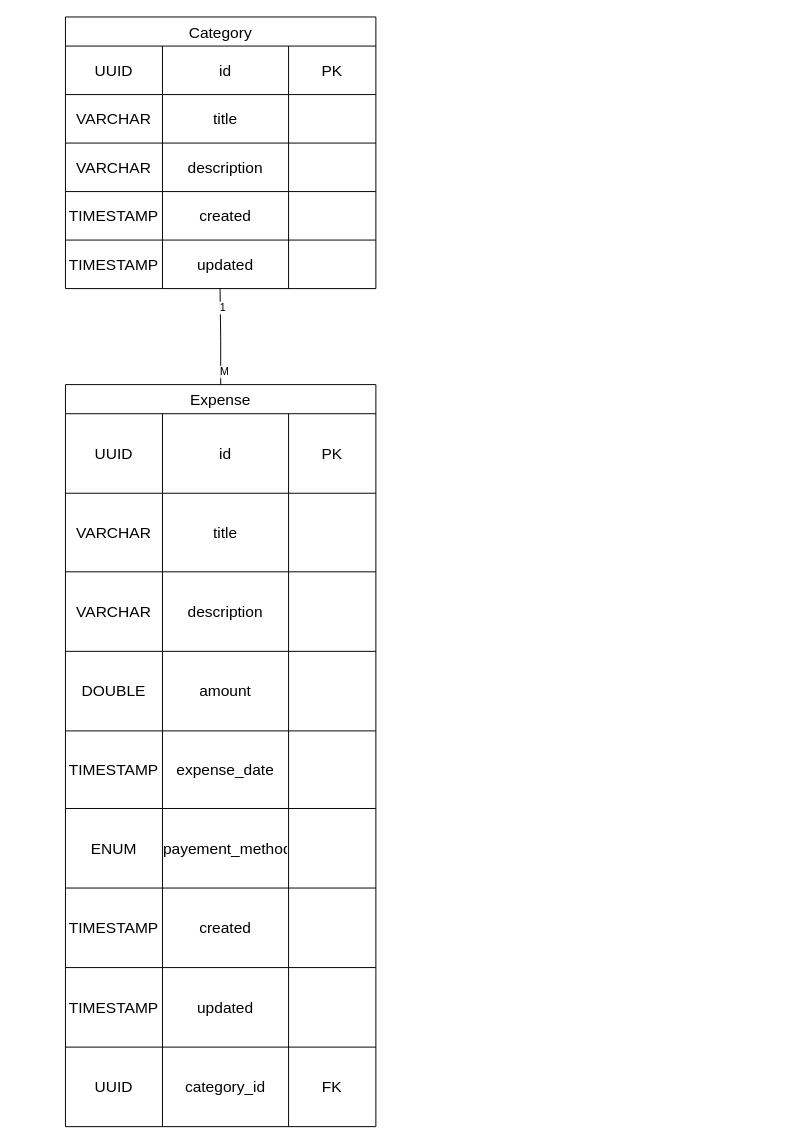
This is Expense Tracker - ERD.drawio from Hirushan-Subasinghe/expense-tracker, a draw.io file, before an edit. Source tidied: cells renumbered, new cells numbered last; positions are measured from the earlier drawing's top-left corner, leaving out a move shared by most shapes. Both pictures are drawn from the tidied source at 97%, with x=0, y=0 at pixel (65, 16).
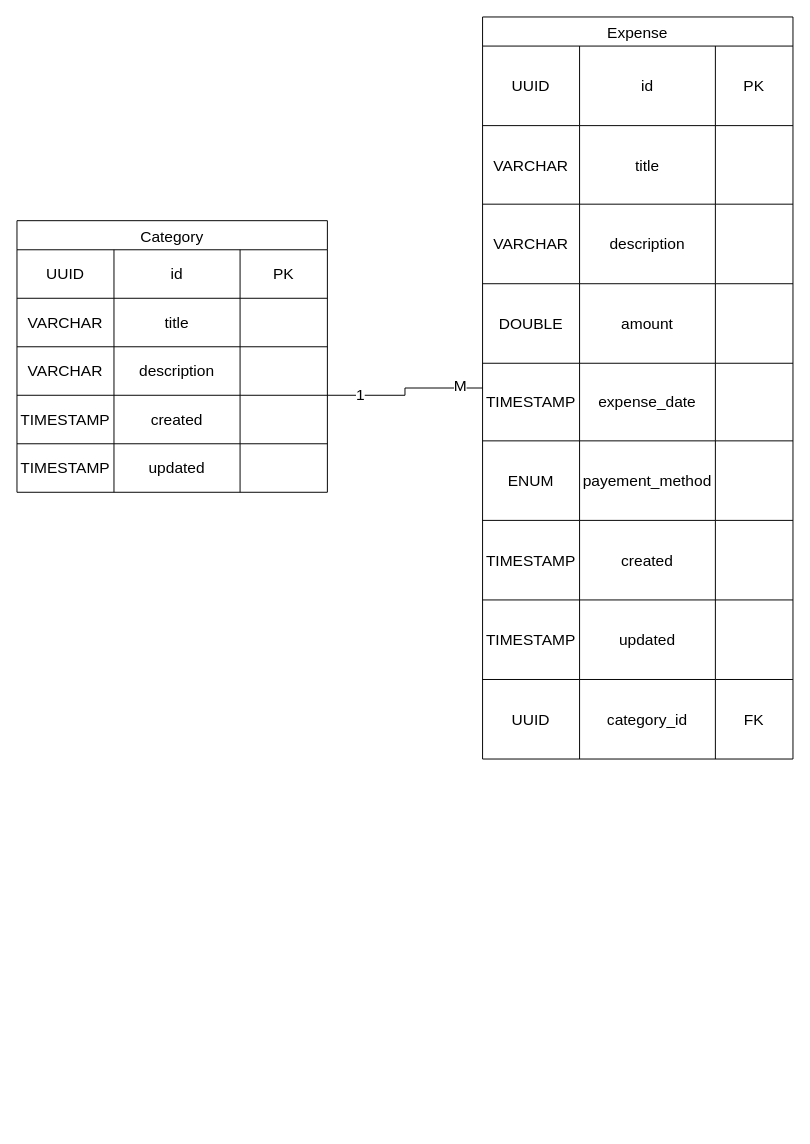
The same page after the edit.

The change refers to these unchanged cells:
```xml
<mxCell id="11" style="shape=tableRow;horizontal=0;startSize=0;swimlaneHead=0;swimlaneBody=0;strokeColor=inherit;top=0;left=0;bottom=0;right=0;fillColor=none;points=[[0,0.5],[1,0.5]];portConstraint=eastwest;fontSize=16;" parent="2" vertex="1">
  <mxGeometry y="130" width="320" height="50" as="geometry" />
</mxCell>
<mxCell id="19" style="shape=tableRow;horizontal=0;startSize=0;swimlaneHead=0;swimlaneBody=0;strokeColor=inherit;top=0;left=0;bottom=0;right=0;fillColor=none;points=[[0,0.5],[1,0.5]];portConstraint=eastwest;fontSize=16;" parent="2" vertex="1">
  <mxGeometry y="230" width="320" height="50" as="geometry" />
</mxCell>
<mxCell id="24" style="shape=tableRow;horizontal=0;startSize=0;swimlaneHead=0;swimlaneBody=0;strokeColor=inherit;top=0;left=0;bottom=0;right=0;fillColor=none;fontSize=16;" parent="23" vertex="1">
  <mxGeometry y="30" width="320" height="82" as="geometry" />
</mxCell>
<mxCell id="28" style="shape=tableRow;horizontal=0;startSize=0;swimlaneHead=0;swimlaneBody=0;strokeColor=inherit;top=0;left=0;bottom=0;right=0;fillColor=none;fontSize=16;" parent="23" vertex="1">
  <mxGeometry y="112" width="320" height="81" as="geometry" />
</mxCell>
<mxCell id="32" style="shape=tableRow;horizontal=0;startSize=0;swimlaneHead=0;swimlaneBody=0;strokeColor=inherit;top=0;left=0;bottom=0;right=0;fillColor=none;fontSize=16;" parent="23" vertex="1">
  <mxGeometry y="193" width="320" height="82" as="geometry" />
</mxCell>
<mxCell id="36" style="shape=tableRow;horizontal=0;startSize=0;swimlaneHead=0;swimlaneBody=0;strokeColor=inherit;top=0;left=0;bottom=0;right=0;fillColor=none;fontSize=16;" parent="23" vertex="1">
  <mxGeometry y="275" width="320" height="82" as="geometry" />
</mxCell>
<mxCell id="40" style="shape=tableRow;horizontal=0;startSize=0;swimlaneHead=0;swimlaneBody=0;strokeColor=inherit;top=0;left=0;bottom=0;right=0;fillColor=none;fontSize=16;" parent="23" vertex="1">
  <mxGeometry y="357" width="320" height="80" as="geometry" />
</mxCell>
<mxCell id="44" style="shape=tableRow;horizontal=0;startSize=0;swimlaneHead=0;swimlaneBody=0;strokeColor=inherit;top=0;left=0;bottom=0;right=0;fillColor=none;fontSize=16;" parent="23" vertex="1">
  <mxGeometry y="437" width="320" height="82" as="geometry" />
</mxCell>
<mxCell id="48" style="shape=tableRow;horizontal=0;startSize=0;swimlaneHead=0;swimlaneBody=0;strokeColor=inherit;top=0;left=0;bottom=0;right=0;fillColor=none;fontSize=16;" parent="23" vertex="1">
  <mxGeometry y="519" width="320" height="82" as="geometry" />
</mxCell>
<mxCell id="52" style="shape=tableRow;horizontal=0;startSize=0;swimlaneHead=0;swimlaneBody=0;strokeColor=inherit;top=0;left=0;bottom=0;right=0;fillColor=none;fontSize=16;" parent="23" vertex="1">
  <mxGeometry y="601" width="320" height="82" as="geometry" />
</mxCell>
<mxCell id="56" style="shape=tableRow;horizontal=0;startSize=0;swimlaneHead=0;swimlaneBody=0;strokeColor=inherit;top=0;left=0;bottom=0;right=0;fillColor=none;fontSize=16;" parent="23" vertex="1">
  <mxGeometry y="683" width="320" height="82" as="geometry" />
</mxCell>
```

Change to the diagram source:
```diff
@@
     <mxCell id="2" value="Category" style="shape=table;startSize=30;childLayout=tableLayout;strokeColor=default;fontSize=16;" parent="1" vertex="1">
-      <mxGeometry width="320" height="280" as="geometry" />
+      <mxGeometry x="-50" y="210" width="320" height="280" as="geometry" />
     </mxCell>
@@
     <mxCell id="23" value="Expense" style="shape=table;startSize=30;childLayout=tableLayout;strokeColor=default;fontSize=16;" parent="1" vertex="1">
-      <mxGeometry y="379" width="320" height="765" as="geometry" />
+      <mxGeometry x="430" width="320" height="765" as="geometry" />
     </mxCell>
@@
     <mxCell id="26" value="id" style="shape=partialRectangle;html=1;whiteSpace=wrap;strokeColor=inherit;overflow=hidden;fillColor=none;top=0;left=0;bottom=0;right=0;fontSize=16;" parent="24" vertex="1">
-      <mxGeometry x="100" width="130" height="82" as="geometry" />
+      <mxGeometry x="100" width="140" height="82" as="geometry" />
     </mxCell>
     <mxCell id="27" value="PK" style="shape=partialRectangle;html=1;whiteSpace=wrap;strokeColor=inherit;overflow=hidden;fillColor=none;top=0;left=0;bottom=0;right=0;fontSize=16;" parent="24" vertex="1">
-      <mxGeometry x="230" width="90" height="82" as="geometry" />
+      <mxGeometry x="240" width="80" height="82" as="geometry" />
     </mxCell>
@@
     <mxCell id="30" value="title" style="shape=partialRectangle;html=1;whiteSpace=wrap;strokeColor=inherit;overflow=hidden;fillColor=none;top=0;left=0;bottom=0;right=0;fontSize=16;" parent="28" vertex="1">
-      <mxGeometry x="100" width="130" height="81" as="geometry" />
+      <mxGeometry x="100" width="140" height="81" as="geometry" />
     </mxCell>
     <mxCell id="31" style="shape=partialRectangle;html=1;whiteSpace=wrap;strokeColor=inherit;overflow=hidden;fillColor=none;top=0;left=0;bottom=0;right=0;fontSize=16;" parent="28" vertex="1">
-      <mxGeometry x="230" width="90" height="81" as="geometry" />
+      <mxGeometry x="240" width="80" height="81" as="geometry" />
     </mxCell>
@@
     <mxCell id="34" value="description" style="shape=partialRectangle;html=1;whiteSpace=wrap;strokeColor=inherit;overflow=hidden;fillColor=none;top=0;left=0;bottom=0;right=0;fontSize=16;" parent="32" vertex="1">
-      <mxGeometry x="100" width="130" height="82" as="geometry" />
+      <mxGeometry x="100" width="140" height="82" as="geometry" />
     </mxCell>
     <mxCell id="35" style="shape=partialRectangle;html=1;whiteSpace=wrap;strokeColor=inherit;overflow=hidden;fillColor=none;top=0;left=0;bottom=0;right=0;fontSize=16;" parent="32" vertex="1">
-      <mxGeometry x="230" width="90" height="82" as="geometry" />
+      <mxGeometry x="240" width="80" height="82" as="geometry" />
     </mxCell>
@@
     <mxCell id="38" value="amount" style="shape=partialRectangle;html=1;whiteSpace=wrap;strokeColor=inherit;overflow=hidden;fillColor=none;top=0;left=0;bottom=0;right=0;fontSize=16;" parent="36" vertex="1">
-      <mxGeometry x="100" width="130" height="82" as="geometry" />
+      <mxGeometry x="100" width="140" height="82" as="geometry" />
     </mxCell>
     <mxCell id="39" style="shape=partialRectangle;html=1;whiteSpace=wrap;strokeColor=inherit;overflow=hidden;fillColor=none;top=0;left=0;bottom=0;right=0;fontSize=16;" parent="36" vertex="1">
-      <mxGeometry x="230" width="90" height="82" as="geometry" />
+      <mxGeometry x="240" width="80" height="82" as="geometry" />
     </mxCell>
@@
     <mxCell id="42" value="expense_date" style="shape=partialRectangle;html=1;whiteSpace=wrap;strokeColor=inherit;overflow=hidden;fillColor=none;top=0;left=0;bottom=0;right=0;fontSize=16;" parent="40" vertex="1">
-      <mxGeometry x="100" width="130" height="80" as="geometry" />
+      <mxGeometry x="100" width="140" height="80" as="geometry" />
     </mxCell>
     <mxCell id="43" style="shape=partialRectangle;html=1;whiteSpace=wrap;strokeColor=inherit;overflow=hidden;fillColor=none;top=0;left=0;bottom=0;right=0;fontSize=16;" parent="40" vertex="1">
-      <mxGeometry x="230" width="90" height="80" as="geometry" />
+      <mxGeometry x="240" width="80" height="80" as="geometry" />
     </mxCell>
@@
     <mxCell id="46" value="payement_method" style="shape=partialRectangle;html=1;whiteSpace=wrap;strokeColor=inherit;overflow=hidden;fillColor=none;top=0;left=0;bottom=0;right=0;fontSize=16;" parent="44" vertex="1">
-      <mxGeometry x="100" width="130" height="82" as="geometry" />
+      <mxGeometry x="100" width="140" height="82" as="geometry" />
     </mxCell>
     <mxCell id="47" style="shape=partialRectangle;html=1;whiteSpace=wrap;strokeColor=inherit;overflow=hidden;fillColor=none;top=0;left=0;bottom=0;right=0;fontSize=16;" parent="44" vertex="1">
-      <mxGeometry x="230" width="90" height="82" as="geometry" />
+      <mxGeometry x="240" width="80" height="82" as="geometry" />
     </mxCell>
@@
     <mxCell id="50" value="created" style="shape=partialRectangle;html=1;whiteSpace=wrap;strokeColor=inherit;overflow=hidden;fillColor=none;top=0;left=0;bottom=0;right=0;fontSize=16;" parent="48" vertex="1">
-      <mxGeometry x="100" width="130" height="82" as="geometry" />
+      <mxGeometry x="100" width="140" height="82" as="geometry" />
     </mxCell>
     <mxCell id="51" style="shape=partialRectangle;html=1;whiteSpace=wrap;strokeColor=inherit;overflow=hidden;fillColor=none;top=0;left=0;bottom=0;right=0;fontSize=16;" parent="48" vertex="1">
-      <mxGeometry x="230" width="90" height="82" as="geometry" />
+      <mxGeometry x="240" width="80" height="82" as="geometry" />
     </mxCell>
@@
     <mxCell id="54" value="updated" style="shape=partialRectangle;html=1;whiteSpace=wrap;strokeColor=inherit;overflow=hidden;fillColor=none;top=0;left=0;bottom=0;right=0;fontSize=16;" parent="52" vertex="1">
-      <mxGeometry x="100" width="130" height="82" as="geometry" />
+      <mxGeometry x="100" width="140" height="82" as="geometry" />
     </mxCell>
     <mxCell id="55" style="shape=partialRectangle;html=1;whiteSpace=wrap;strokeColor=inherit;overflow=hidden;fillColor=none;top=0;left=0;bottom=0;right=0;fontSize=16;" parent="52" vertex="1">
-      <mxGeometry x="230" width="90" height="82" as="geometry" />
+      <mxGeometry x="240" width="80" height="82" as="geometry" />
     </mxCell>
@@
     <mxCell id="58" value="category_id" style="shape=partialRectangle;html=1;whiteSpace=wrap;strokeColor=inherit;overflow=hidden;fillColor=none;top=0;left=0;bottom=0;right=0;fontSize=16;" parent="56" vertex="1">
-      <mxGeometry x="100" width="130" height="82" as="geometry" />
+      <mxGeometry x="100" width="140" height="82" as="geometry" />
     </mxCell>
     <mxCell id="59" value="FK" style="shape=partialRectangle;html=1;whiteSpace=wrap;strokeColor=inherit;overflow=hidden;fillColor=none;top=0;left=0;bottom=0;right=0;fontSize=16;" parent="56" vertex="1">
-      <mxGeometry x="230" width="90" height="82" as="geometry" />
+      <mxGeometry x="240" width="80" height="82" as="geometry" />
     </mxCell>
-    <mxCell id="60" style="edgeStyle=orthogonalEdgeStyle;rounded=0;jettySize=auto;html=1;entryX=0.498;entryY=0.995;entryDx=0;entryDy=0;entryPerimeter=0;endArrow=none;endFill=0;" parent="1" edge="1" source="23" target="19">
-      <mxGeometry relative="1" as="geometry" />
+    <mxCell id="60" style="edgeStyle=orthogonalEdgeStyle;rounded=0;jettySize=auto;html=1;entryX=1;entryY=1;entryDx=0;entryDy=0;entryPerimeter=0;endArrow=none;endFill=0;" parent="1" edge="1" source="23" target="11">
+      <mxGeometry relative="1" as="geometry">
+        <Array as="points">
+          <mxPoint x="350" y="383" />
+          <mxPoint x="350" y="390" />
+        </Array>
+      </mxGeometry>
     </mxCell>
-    <mxCell id="61" value="1" style="edgeLabel;html=1;align=center;verticalAlign=middle;" parent="60" vertex="1">
+    <mxCell id="61" value="&lt;font style=&quot;font-size: 16px;&quot;&gt;1&lt;/font&gt;" style="edgeLabel;html=1;align=center;verticalAlign=middle;" parent="60" vertex="1">
       <mxGeometry x="0.6" y="-2" relative="1" as="geometry" />
     </mxCell>
-    <mxCell id="62" value="M" style="edgeLabel;html=1;align=center;verticalAlign=middle;" parent="60" vertex="1">
+    <mxCell id="62" value="&lt;font style=&quot;font-size: 16px;&quot;&gt;M&lt;/font&gt;" style="edgeLabel;html=1;align=center;verticalAlign=middle;" parent="60" vertex="1">
       <mxGeometry x="-0.71" y="-3" relative="1" as="geometry" />
     </mxCell>
```
